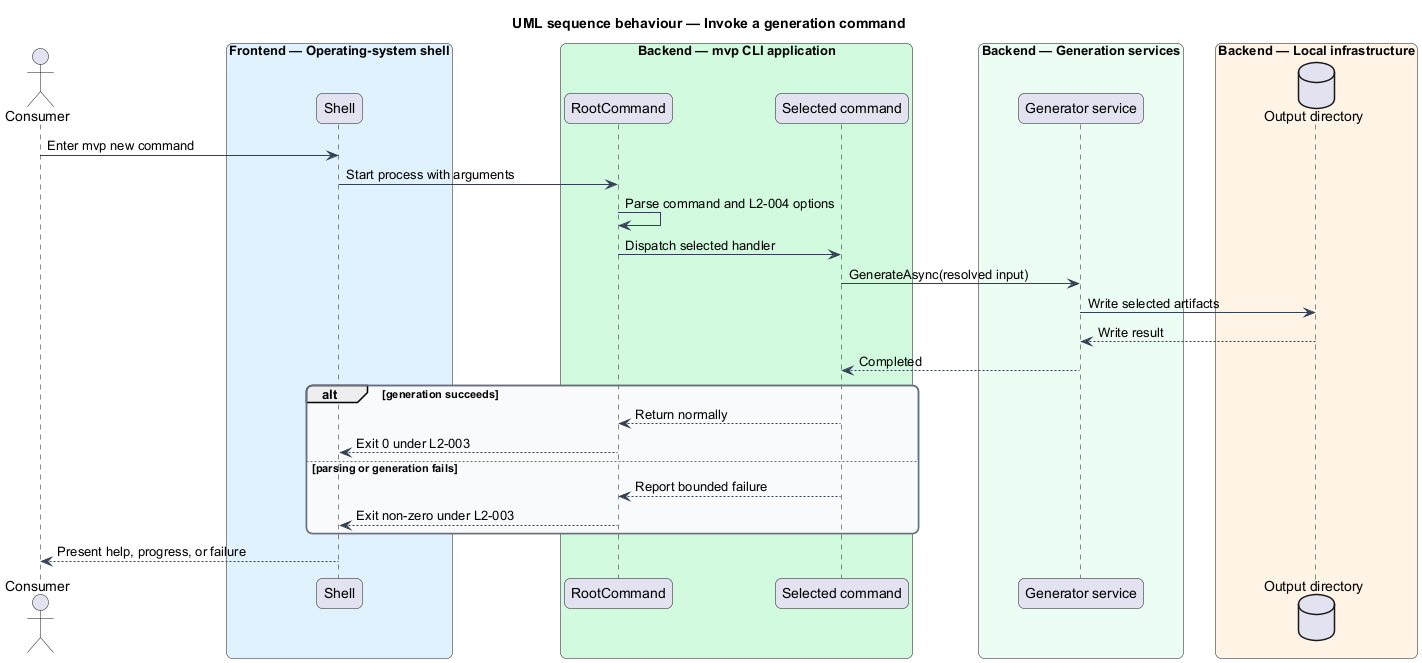
Before: docs/detailed-designs/command-line/invoke-the-cli/diagrams/sequence-invoke.png, a diagram exported from PlantUML (QuinntyneBrown/mvp).
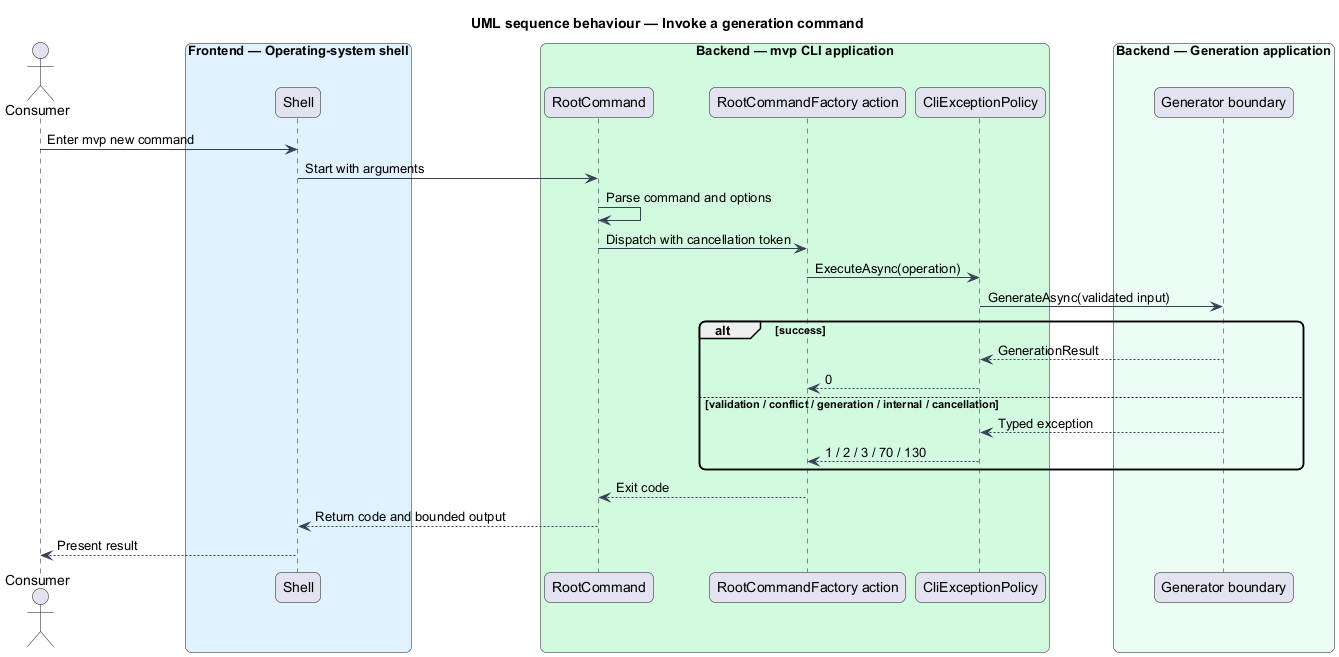
After the commit.

What changed in the source:
```diff
@@ -5,43 +5,32 @@
 skinparam roundcorner 12
 skinparam defaultFontName Arial
 skinparam ArrowColor #344054
-skinparam rectangle {
-  BorderColor #344054
-  FontColor #101828
-}
-skinparam package {
-  BorderColor #667085
-  FontColor #101828
-  BackgroundColor #F9FAFB
-}
 actor "Consumer" as actor
 box "Frontend — Operating-system shell" #E0F2FE
   participant "Shell" as shell
 end box
 box "Backend — mvp CLI application" #D1FADF
   participant "RootCommand" as root
-  participant "Selected command" as command
+  participant "RootCommandFactory action" as command
+  participant "CliExceptionPolicy" as policy
 end box
-box "Backend — Generation services" #ECFDF3
-  participant "Generator service" as generator
-end box
-box "Backend — Local infrastructure" #FFF4E5
-  database "Output directory" as output
+box "Backend — Generation application" #ECFDF3
+  participant "Generator boundary" as generator
 end box
 actor -> shell : Enter mvp new command
-shell -> root : Start process with arguments
-root -> root : Parse command and L2-004 options
-root -> command : Dispatch selected handler
-command -> generator : GenerateAsync(resolved input)
-generator -> output : Write selected artifacts
-output --> generator : Write result
-generator --> command : Completed
-alt generation succeeds
-  command --> root : Return normally
-  root --> shell : Exit 0 under L2-003
-else parsing or generation fails
-  command --> root : Report bounded failure
-  root --> shell : Exit non-zero under L2-003
+shell -> root : Start with arguments
+root -> root : Parse command and options
+root -> command : Dispatch with cancellation token
+command -> policy : ExecuteAsync(operation)
+policy -> generator : GenerateAsync(validated input)
+alt success
+  generator --> policy : GenerationResult
+  policy --> command : 0
+else validation / conflict / generation / internal / cancellation
+  generator --> policy : Typed exception
+  policy --> command : 1 / 2 / 3 / 70 / 130
 end
-shell --> actor : Present help, progress, or failure
+command --> root : Exit code
+root --> shell : Return code and bounded output
+shell --> actor : Present result
 @enduml
```
